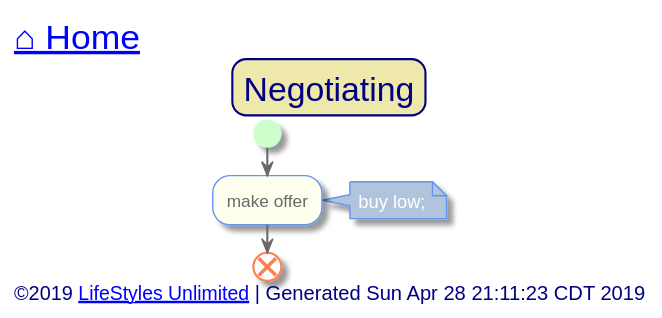
toddmo/lifestylesunlimited keeps this PlantUML diagram as out/src/single-family/negotiating.svg. Above is the earlier version.
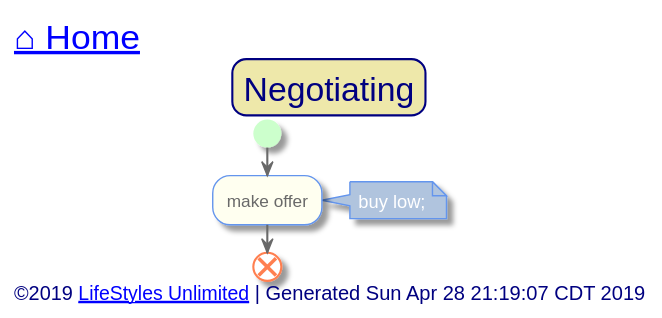
After the commit.

Diff of the diagram source:
```diff
@@ -89,7 +89,7 @@
 
 
 left footer
-	<font size=14>©2019 [[http://www.lifestylesunlimited.com LifeStyles Unlimited]] | Generated Sun Apr 28 21:11:23 CDT 2019</font>
+	<font size=14>©2019 [[http://www.lifestylesunlimited.com LifeStyles Unlimited]] | Generated Sun Apr 28 21:19:07 CDT 2019</font>
 endfooter
 
 
```
